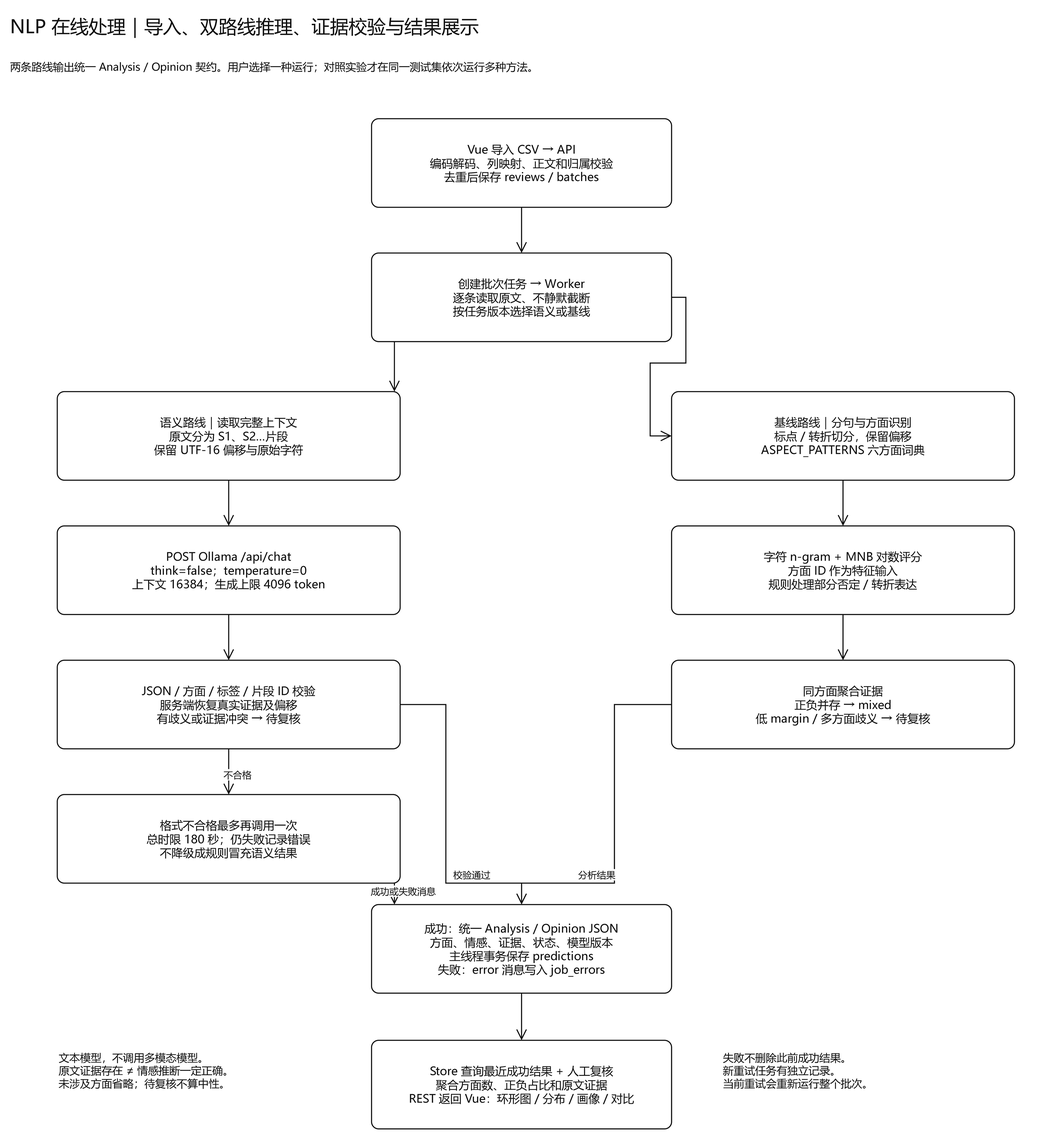
Tindra-Wang/ear-review keeps this draw.io diagram as ear-review/docs/架构图/NLP-01-在线分析流程.png. Above is the earlier version. Source tidied: cells renumbered, new cells last; positions are measured from the earlier drawing's top-left corner, leaving out a move shared by most shapes.
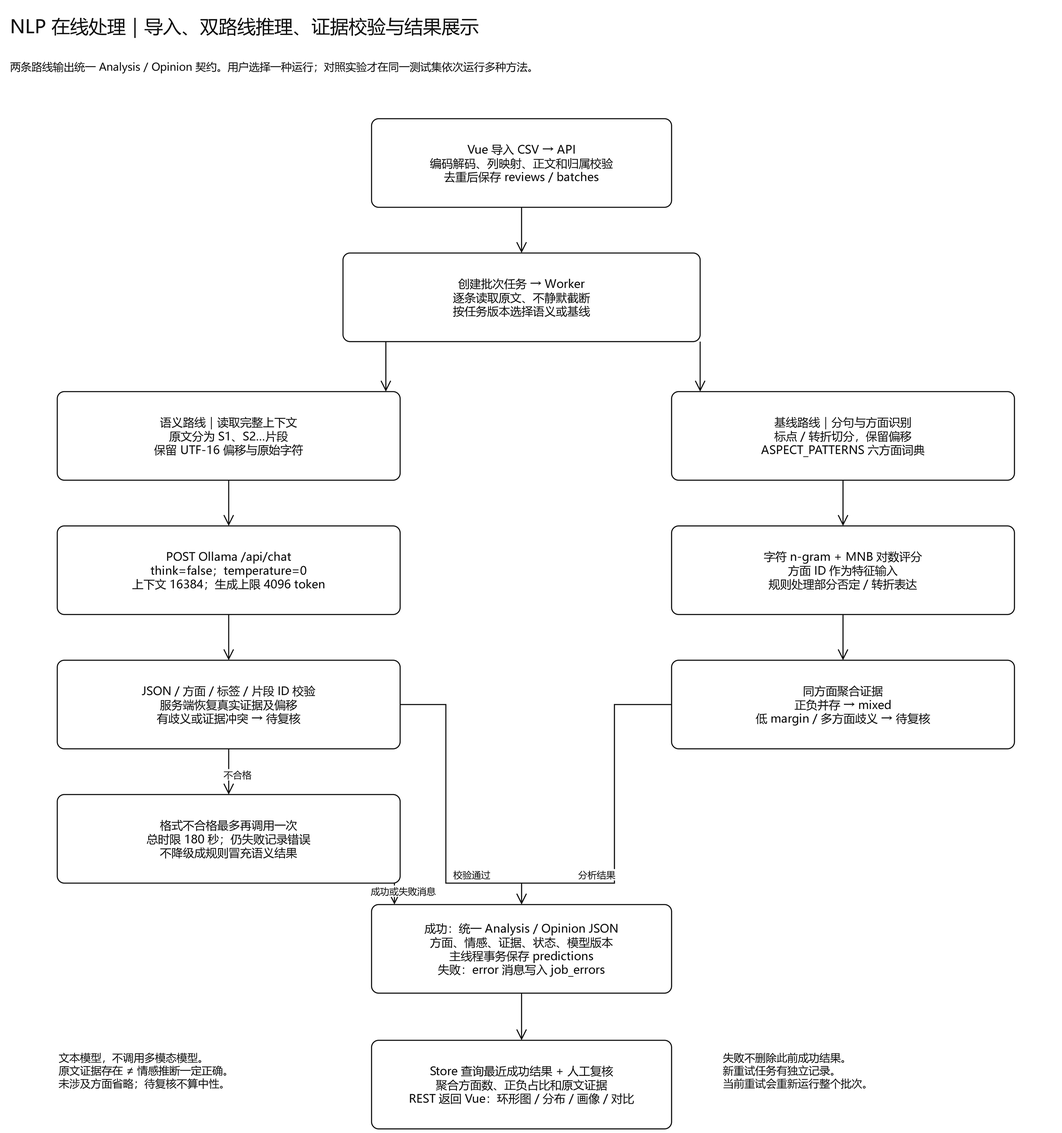
Above is the later version.

The edit, as a diff of the source:
```diff
@@ -12,7 +12,7 @@
       <mxGeometry x="508" y="154" width="420" height="124" as="geometry" />
     </mxCell>
     <mxCell id="5" style="rounded=1;arcSize=8;html=1;whiteSpace=wrap;fillColor=#ffffff;strokeColor=#111111;strokeWidth=1.5;fontColor=#111111;fontSize=16;fontFamily=Microsoft YaHei;verticalAlign=middle;align=center;" parent="1" vertex="1">
-      <mxGeometry x="508" y="342" width="420" height="124" as="geometry" />
+      <mxGeometry x="468" y="342" width="500" height="124" as="geometry" />
     </mxCell>
     <mxCell id="6" style="rounded=1;arcSize=8;html=1;whiteSpace=wrap;fillColor=#ffffff;strokeColor=#111111;strokeWidth=1.5;fontColor=#111111;fontSize=16;fontFamily=Microsoft YaHei;verticalAlign=middle;align=center;" parent="1" vertex="1">
       <mxGeometry x="68" y="536" width="480" height="124" as="geometry" />
@@ -50,10 +50,10 @@
     <mxCell id="17" style="edgeStyle=orthogonalEdgeStyle;rounded=0;jettySize=auto;html=1;strokeColor=#111111;strokeWidth=1.5;endArrow=open;endFill=0;endSize=12;exitX=0.5;exitY=1;exitDx=0;exitDy=0;entryX=0.5;entryY=0;entryDx=0;entryDy=0;jumpStyle=arc;jumpSize=8;" parent="1" edge="1" source="4" target="5">
       <mxGeometry relative="1" as="geometry" />
     </mxCell>
-    <mxCell id="18" style="edgeStyle=orthogonalEdgeStyle;rounded=0;jettySize=auto;html=1;strokeColor=#111111;strokeWidth=1.5;endArrow=open;endFill=0;endSize=12;exitX=0.0762;exitY=1;exitDx=0;exitDy=0;entryX=0.9833;entryY=0;entryDx=0;entryDy=0;jumpStyle=arc;jumpSize=8;" parent="1" edge="1" source="5" target="6">
+    <mxCell id="18" style="edgeStyle=orthogonalEdgeStyle;rounded=0;jettySize=auto;html=1;strokeColor=#111111;strokeWidth=1.5;endArrow=open;endFill=0;endSize=12;exitX=0.12;exitY=1;exitDx=0;exitDy=0;entryX=0.9583333333333334;entryY=0;entryDx=0;entryDy=0;jumpStyle=arc;jumpSize=8;" parent="1" edge="1" source="5" target="6">
       <mxGeometry relative="1" as="geometry" />
     </mxCell>
-    <mxCell id="19" style="edgeStyle=orthogonalEdgeStyle;rounded=0;jettySize=auto;html=1;strokeColor=#111111;strokeWidth=1.5;endArrow=open;endFill=0;endSize=12;exitX=1;exitY=0.5;exitDx=0;exitDy=0;entryX=0;entryY=0.5;entryDx=0;entryDy=0;jumpStyle=arc;jumpSize=8;" parent="1" edge="1" source="5" target="7">
+    <mxCell id="19" style="edgeStyle=orthogonalEdgeStyle;rounded=0;jettySize=auto;html=1;strokeColor=#111111;strokeWidth=1.5;endArrow=open;endFill=0;endSize=12;exitX=1;exitY=1;exitDx=0;exitDy=0;entryX=0.08333333333333333;entryY=0;entryDx=0;entryDy=0;jumpStyle=arc;jumpSize=8;" parent="1" edge="1" source="5" target="7">
       <mxGeometry relative="1" as="geometry" />
     </mxCell>
     <mxCell id="20" style="edgeStyle=orthogonalEdgeStyle;rounded=0;jettySize=auto;html=1;strokeColor=#111111;strokeWidth=1.5;endArrow=open;endFill=0;endSize=12;exitX=0.5;exitY=1;exitDx=0;exitDy=0;entryX=0.5;entryY=0;entryDx=0;entryDy=0;jumpStyle=arc;jumpSize=8;" parent="1" edge="1" source="6" target="8">
```
